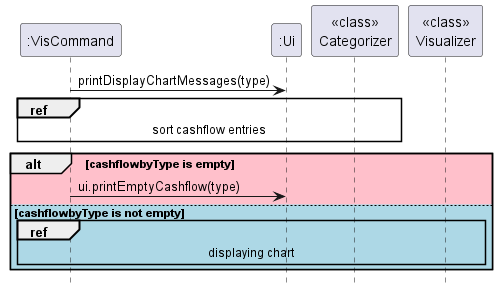
Before: docs/images/vis/visualisationSequence.png, a diagram exported from PlantUML (nus-cs2113-AY2324S1/tp).
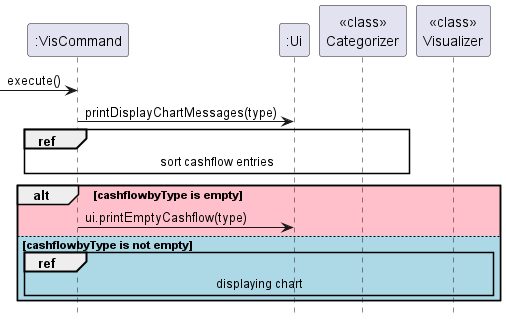
Later version of the same file.

Diff of the diagram source:
```diff
@@ -5,6 +5,7 @@
 participant "<<class>>\nCategorizer"
 participant "<<class>>\nVisualizer"
 
+-> ":VisCommand": execute()
 ":VisCommand"-> ":Ui": printDisplayChartMessages(type)
 
 ref over "<<class>>\nCategorizer", ":VisCommand" : sort cashflow entries
```
